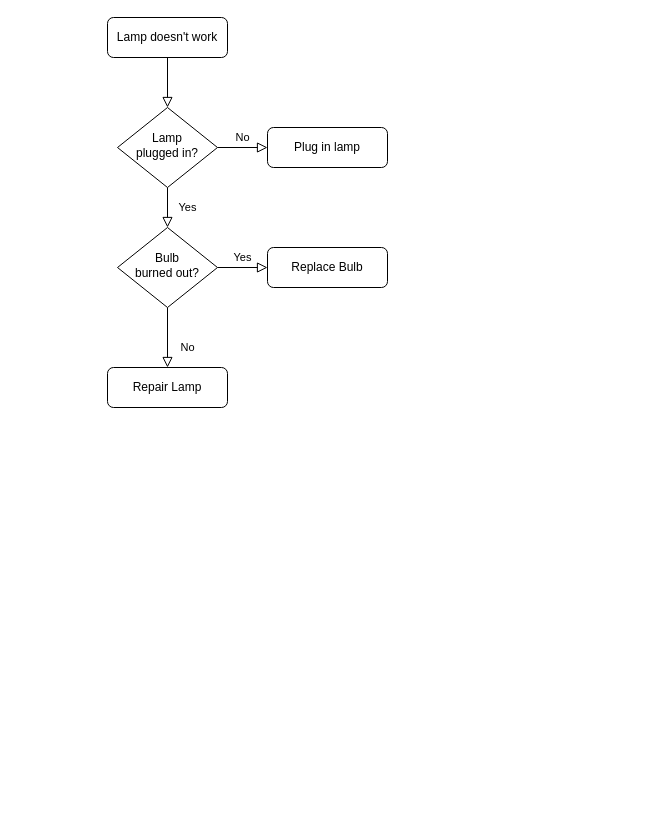
Before: Untitled Diagram.drawio in yelenana/hunter, a draw.io diagram. Source tidied: cells renumbered, new cells numbered last; positions are measured from the earlier drawing's top-left corner, leaving out a move shared by most shapes. Both pictures are drawn from the tidied source at 100%, with x=0, y=0 at pixel (107, 17).
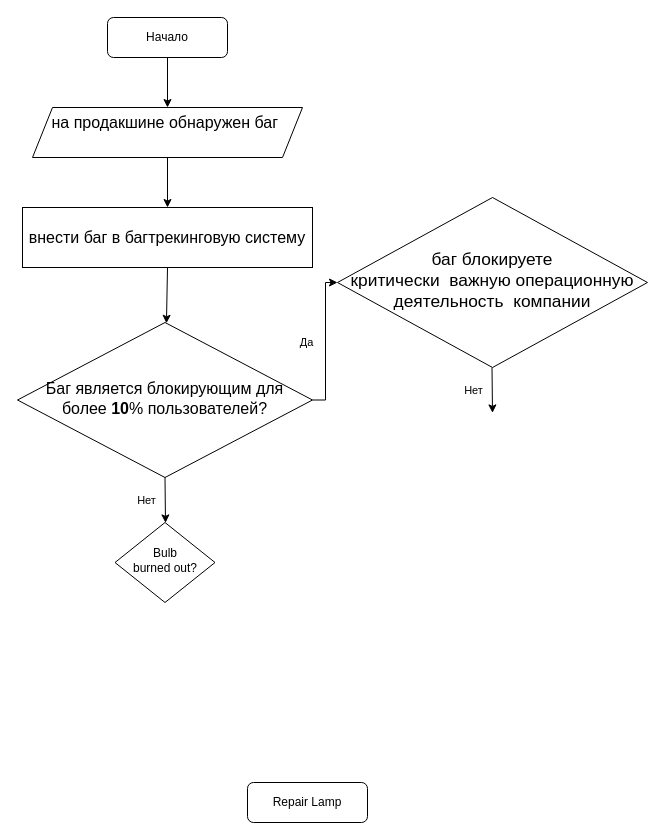
Above is the later version.

The edit, as a diff of the source:
```diff
@@
-    <mxCell id="2" style="rounded=0;html=1;jettySize=auto;fontSize=11;endArrow=block;endFill=0;endSize=8;strokeWidth=1;shadow=0;labelBackgroundColor=none;edgeStyle=orthogonalEdgeStyle;" parent="1" edge="1" source="3" target="6">
-      <mxGeometry relative="1" as="geometry" />
-    </mxCell>
-    <mxCell id="3" value="Lamp doesn't work" style="rounded=1;whiteSpace=wrap;html=1;fontSize=12;glass=0;strokeWidth=1;shadow=0;" parent="1" vertex="1">
+    <mxCell id="3" value="Начало" style="rounded=1;whiteSpace=wrap;html=1;fontSize=12;glass=0;strokeWidth=1;shadow=0;" parent="1" vertex="1">
       <mxGeometry width="120" height="40" as="geometry" />
     </mxCell>
-    <mxCell id="4" value="Yes" style="rounded=0;html=1;jettySize=auto;fontSize=11;endArrow=block;endFill=0;endSize=8;strokeWidth=1;shadow=0;labelBackgroundColor=none;edgeStyle=orthogonalEdgeStyle;" parent="1" edge="1" source="6" target="10">
-      <mxGeometry y="20" relative="1" as="geometry" />
-    </mxCell>
-    <mxCell id="5" value="No" style="edgeStyle=orthogonalEdgeStyle;rounded=0;html=1;jettySize=auto;fontSize=11;endArrow=block;endFill=0;endSize=8;strokeWidth=1;shadow=0;labelBackgroundColor=none;" parent="1" edge="1" source="6" target="7">
-      <mxGeometry y="10" relative="1" as="geometry" />
-    </mxCell>
-    <mxCell id="6" value="Lamp&lt;br&gt;plugged in?" style="rhombus;whiteSpace=wrap;html=1;shadow=0;fontFamily=Helvetica;fontSize=12;align=center;strokeWidth=1;spacing=6;spacingTop=-4;" parent="1" vertex="1">
-      <mxGeometry x="10" y="90" width="100" height="80" as="geometry" />
+    <mxCell id="6" value="&lt;span id=&quot;docs-internal-guid-620010b9-7fff-d55b-ffcf-99a4f8f1146d&quot;&gt;&lt;span style=&quot;font-size: 12pt ; font-family: &amp;#34;arial&amp;#34; ; background-color: transparent ; vertical-align: baseline&quot;&gt;Баг является блокирующим для более &lt;/span&gt;&lt;span style=&quot;font-size: 12pt ; font-family: &amp;#34;arial&amp;#34; ; background-color: transparent ; font-weight: 700 ; vertical-align: baseline&quot;&gt;10&lt;/span&gt;&lt;span style=&quot;font-size: 12pt ; font-family: &amp;#34;arial&amp;#34; ; background-color: transparent ; vertical-align: baseline&quot;&gt;% пользователей?&lt;/span&gt;&lt;/span&gt;" style="rhombus;whiteSpace=wrap;html=1;shadow=0;fontFamily=Helvetica;fontSize=12;align=center;strokeWidth=1;spacing=6;spacingTop=-4;" parent="1" vertex="1">
+      <mxGeometry x="-90" y="305" width="295" height="155" as="geometry" />
     </mxCell>
-    <mxCell id="7" value="Plug in lamp" style="rounded=1;whiteSpace=wrap;html=1;fontSize=12;glass=0;strokeWidth=1;shadow=0;" parent="1" vertex="1">
-      <mxGeometry x="160" y="110" width="120" height="40" as="geometry" />
-    </mxCell>
-    <mxCell id="8" value="No" style="rounded=0;html=1;jettySize=auto;fontSize=11;endArrow=block;endFill=0;endSize=8;strokeWidth=1;shadow=0;labelBackgroundColor=none;edgeStyle=orthogonalEdgeStyle;" parent="1" edge="1" source="10" target="11">
-      <mxGeometry x="0.33" y="20" relative="1" as="geometry" />
-    </mxCell>
-    <mxCell id="9" value="Yes" style="edgeStyle=orthogonalEdgeStyle;rounded=0;html=1;jettySize=auto;fontSize=11;endArrow=block;endFill=0;endSize=8;strokeWidth=1;shadow=0;labelBackgroundColor=none;" parent="1" edge="1" source="10" target="12">
-      <mxGeometry y="10" relative="1" as="geometry" />
-    </mxCell>
     <mxCell id="10" value="Bulb&lt;br&gt;burned out?" style="rhombus;whiteSpace=wrap;html=1;shadow=0;fontFamily=Helvetica;fontSize=12;align=center;strokeWidth=1;spacing=6;spacingTop=-4;" parent="1" vertex="1">
-      <mxGeometry x="10" y="210" width="100" height="80" as="geometry" />
+      <mxGeometry x="7.5" y="505" width="100" height="80" as="geometry" />
     </mxCell>
     <mxCell id="11" value="Repair Lamp" style="rounded=1;whiteSpace=wrap;html=1;fontSize=12;glass=0;strokeWidth=1;shadow=0;" parent="1" vertex="1">
-      <mxGeometry y="350" width="120" height="40" as="geometry" />
+      <mxGeometry x="140" y="765" width="120" height="40" as="geometry" />
     </mxCell>
-    <mxCell id="12" value="Replace Bulb" style="rounded=1;whiteSpace=wrap;html=1;fontSize=12;glass=0;strokeWidth=1;shadow=0;" parent="1" vertex="1">
-      <mxGeometry x="160" y="230" width="120" height="40" as="geometry" />
-    </mxCell>
+    <mxCell id="13" value="&lt;span id=&quot;docs-internal-guid-8d5a4e17-7fff-0709-875b-6af9b325e318&quot;&gt;&lt;p dir=&quot;ltr&quot; style=&quot;line-height: 1.2 ; margin-top: 0pt ; margin-bottom: 0pt&quot;&gt;&lt;span style=&quot;font-size: 12pt ; font-family: &amp;#34;arial&amp;#34; ; background-color: transparent ; vertical-align: baseline&quot;&gt;на продакшине обнаружен баг&amp;nbsp;&lt;/span&gt;&lt;/p&gt;&lt;div&gt;&lt;span style=&quot;font-size: 12pt ; font-family: &amp;#34;arial&amp;#34; ; background-color: transparent ; vertical-align: baseline&quot;&gt;&lt;br&gt;&lt;/span&gt;&lt;/div&gt;&lt;/span&gt;" style="shape=parallelogram;perimeter=parallelogramPerimeter;whiteSpace=wrap;html=1;fixedSize=1;" parent="1" vertex="1">
+      <mxGeometry x="-75" y="90" width="270" height="50" as="geometry" />
+    </mxCell>
+    <mxCell id="14" value="&lt;span id=&quot;docs-internal-guid-439d32ea-7fff-ad33-68df-6e68bd0ef8d2&quot;&gt;&lt;span style=&quot;font-size: 12pt ; font-family: &amp;#34;arial&amp;#34; ; background-color: transparent ; vertical-align: baseline&quot;&gt;внести баг в багтрекинговую систему&lt;/span&gt;&lt;/span&gt;" style="rounded=0;whiteSpace=wrap;html=1;" parent="1" vertex="1">
+      <mxGeometry x="-85" y="190" width="290" height="60" as="geometry" />
+    </mxCell>
+    <mxCell id="15" style="endArrow=classic;html=1;exitX=0.5;exitY=1;exitDx=0;exitDy=0;" parent="1" edge="1" source="3">
+      <mxGeometry relative="1" as="geometry">
+        <mxPoint x="60" y="90" as="targetPoint" />
+      </mxGeometry>
+    </mxCell>
+    <mxCell id="16" style="endArrow=classic;html=1;exitX=0.5;exitY=1;exitDx=0;exitDy=0;entryX=0.5;entryY=0;entryDx=0;entryDy=0;" parent="1" edge="1" source="13" target="14">
+      <mxGeometry relative="1" as="geometry" />
+    </mxCell>
+    <mxCell id="17" style="endArrow=classic;html=1;exitX=0.5;exitY=1;exitDx=0;exitDy=0;" parent="1" edge="1" source="14" target="6">
+      <mxGeometry relative="1" as="geometry" />
+    </mxCell>
+    <mxCell id="18" style="endArrow=classic;html=1;exitX=1;exitY=0.5;exitDx=0;exitDy=0;edgeStyle=elbowEdgeStyle;rounded=0;" parent="1" edge="1" source="6" target="21">
+      <mxGeometry relative="1" as="geometry" />
+    </mxCell>
+    <mxCell id="19" value="Да" style="edgeLabel;html=1;align=center;verticalAlign=middle;" parent="18" vertex="1">
+      <mxGeometry relative="1" as="geometry">
+        <mxPoint x="-20" as="offset" />
+      </mxGeometry>
+    </mxCell>
+    <mxCell id="4" style="endArrow=classic;html=1;exitX=0.5;exitY=1;exitDx=0;exitDy=0;edgeStyle=elbowEdgeStyle;rounded=0;" parent="1" edge="1" source="6" target="10">
+      <mxGeometry relative="1" as="geometry" />
+    </mxCell>
+    <mxCell id="20" value="Нет" style="edgeLabel;html=1;align=center;verticalAlign=middle;" parent="4" vertex="1">
+      <mxGeometry relative="1" as="geometry">
+        <mxPoint x="-20" as="offset" />
+      </mxGeometry>
+    </mxCell>
+    <mxCell id="21" value="&lt;span id=&quot;docs-internal-guid-123dae02-7fff-a440-ecac-19d2c4fa6292&quot;&gt;&lt;span style=&quot;font-size: 13pt ; font-family: &amp;#34;arial&amp;#34; ; background-color: transparent ; vertical-align: baseline&quot;&gt;баг блокируете &lt;br&gt;критически&amp;nbsp;&amp;nbsp;важную операционную деятельность&amp;nbsp; компании &lt;/span&gt;&lt;/span&gt;" style="rhombus;whiteSpace=wrap;html=1;shadow=0;fontFamily=Helvetica;fontSize=12;align=center;strokeWidth=1;spacing=6;spacingTop=-4;" parent="1" vertex="1">
+      <mxGeometry x="230" y="180" width="310" height="170" as="geometry" />
+    </mxCell>
+    <mxCell id="22" style="endArrow=classic;html=1;exitX=0.5;exitY=1;exitDx=0;exitDy=0;edgeStyle=elbowEdgeStyle;rounded=0;" parent="1" edge="1">
+      <mxGeometry relative="1" as="geometry">
+        <mxPoint x="384.5" y="350" as="sourcePoint" />
+        <mxPoint x="385" y="395.4" as="targetPoint" />
+      </mxGeometry>
+    </mxCell>
+    <mxCell id="23" value="Нет" style="edgeLabel;html=1;align=center;verticalAlign=middle;" parent="22" vertex="1">
+      <mxGeometry relative="1" as="geometry">
+        <mxPoint x="-20" as="offset" />
+      </mxGeometry>
+    </mxCell>
```
